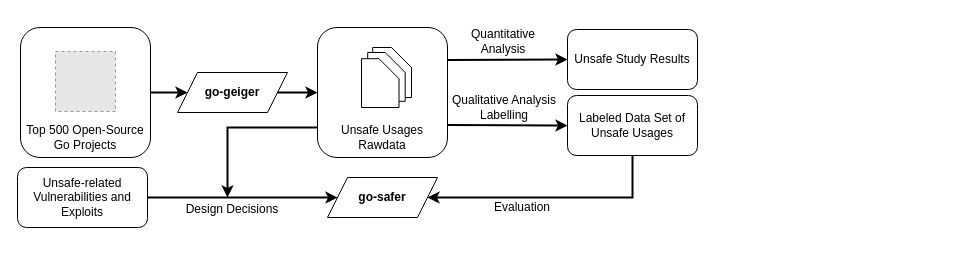
Before: thesis/assets/figures/chapter1/outline1.drawio in jlauinger/master-of-science, a draw.io diagram. Source tidied: cells renumbered, new cells numbered last; positions are measured from the earlier drawing's top-left corner, leaving out a move shared by most shapes. Both pictures are drawn from the tidied source at 100%, with x=0, y=0 at pixel (17, 27). Pictures stored in the file or linked from it are replaced by grey dashed boxes.
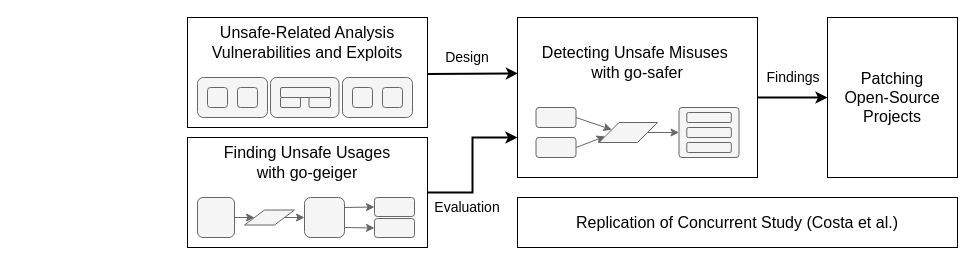
Above is the later version.

What changed in the source:
```diff
@@
-    <mxCell id="2" style="edgeStyle=orthogonalEdgeStyle;rounded=0;jettySize=auto;html=1;exitX=1;exitY=0.5;exitDx=0;exitDy=0;entryX=0;entryY=0.5;entryDx=0;entryDy=0;strokeWidth=2;" parent="1" edge="1" source="3" target="11">
-      <mxGeometry relative="1" as="geometry" />
-    </mxCell>
-    <mxCell id="3" value="&lt;b&gt;go-geiger&lt;/b&gt;" style="shape=parallelogram;perimeter=parallelogramPerimeter;whiteSpace=wrap;html=1;fixedSize=1;" parent="1" vertex="1">
-      <mxGeometry x="160" y="45" width="110" height="40" as="geometry" />
-    </mxCell>
-    <mxCell id="4" value="&lt;b&gt;go-safer&lt;/b&gt;" style="shape=parallelogram;perimeter=parallelogramPerimeter;whiteSpace=wrap;html=1;fixedSize=1;" parent="1" vertex="1">
-      <mxGeometry x="310" y="150" width="110" height="40" as="geometry" />
-    </mxCell>
-    <mxCell id="5" style="edgeStyle=none;rounded=0;jettySize=auto;html=1;exitX=1;exitY=0.5;exitDx=0;exitDy=0;entryX=0;entryY=0.5;entryDx=0;entryDy=0;strokeWidth=2;" parent="1" edge="1" source="6" target="4">
-      <mxGeometry relative="1" as="geometry" />
-    </mxCell>
-    <mxCell id="6" value="Unsafe-related Vulnerabilities and Exploits" style="rounded=1;whiteSpace=wrap;html=1;" parent="1" vertex="1">
-      <mxGeometry y="140" width="130" height="60" as="geometry" />
-    </mxCell>
-    <mxCell id="7" style="edgeStyle=orthogonalEdgeStyle;rounded=0;jettySize=auto;html=1;exitX=0.5;exitY=1;exitDx=0;exitDy=0;entryX=1;entryY=0.5;entryDx=0;entryDy=0;strokeWidth=2;" parent="1" edge="1" source="8" target="4">
-      <mxGeometry relative="1" as="geometry">
-        <Array as="points">
-          <mxPoint x="615" y="170" />
-        </Array>
-      </mxGeometry>
-    </mxCell>
-    <mxCell id="8" value="Labeled Data Set of Unsafe Usages" style="rounded=1;whiteSpace=wrap;html=1;" parent="1" vertex="1">
-      <mxGeometry x="550" y="68" width="130" height="60" as="geometry" />
-    </mxCell>
-    <mxCell id="9" value="Unsafe Study Results" style="rounded=1;whiteSpace=wrap;html=1;" parent="1" vertex="1">
-      <mxGeometry x="550" y="2" width="130" height="60" as="geometry" />
-    </mxCell>
-    <mxCell id="10" style="group;" parent="1" vertex="1">
-      <mxGeometry x="300" width="130" height="130" as="geometry" />
-    </mxCell>
-    <mxCell id="11" style="rounded=1;whiteSpace=wrap;html=1;" parent="10" vertex="1">
-      <mxGeometry width="130" height="130" as="geometry" />
-    </mxCell>
-    <mxCell id="12" value="Unsafe Usages Rawdata" style="text;html=1;strokeColor=none;fillColor=none;align=center;verticalAlign=middle;whiteSpace=wrap;rounded=0;" parent="10" vertex="1">
-      <mxGeometry y="100" width="130" height="20" as="geometry" />
-    </mxCell>
-    <mxCell id="13" style="group;" parent="10" vertex="1">
-      <mxGeometry x="44" y="20" width="50" height="60" as="geometry" />
-    </mxCell>
-    <mxCell id="14" style="shape=card;whiteSpace=wrap;html=1;size=20;flipH=1;" parent="13" vertex="1">
-      <mxGeometry x="11.2" width="38.8" height="50" as="geometry" />
-    </mxCell>
-    <mxCell id="15" style="shape=card;whiteSpace=wrap;html=1;size=20;flipH=1;" parent="13" vertex="1">
-      <mxGeometry x="6.2" y="5" width="37.5" height="48.8" as="geometry" />
-    </mxCell>
-    <mxCell id="16" style="shape=card;whiteSpace=wrap;html=1;size=20;flipH=1;" parent="13" vertex="1">
-      <mxGeometry y="11.2" width="37.5" height="48.8" as="geometry" />
-    </mxCell>
-    <mxCell id="17" style="rounded=0;jettySize=auto;html=1;exitX=1;exitY=0.25;exitDx=0;exitDy=0;entryX=0;entryY=0.5;entryDx=0;entryDy=0;strokeWidth=2;" parent="1" edge="1" source="11" target="9">
-      <mxGeometry relative="1" as="geometry" />
-    </mxCell>
-    <mxCell id="18" style="edgeStyle=none;rounded=0;jettySize=auto;html=1;exitX=1;exitY=0.75;exitDx=0;exitDy=0;entryX=0;entryY=0.5;entryDx=0;entryDy=0;strokeWidth=2;" parent="1" edge="1" source="11" target="8">
-      <mxGeometry relative="1" as="geometry" />
-    </mxCell>
-    <mxCell id="19" value="Quantitative Analysis" style="text;html=1;strokeColor=none;fillColor=none;align=center;verticalAlign=middle;whiteSpace=wrap;rounded=0;" parent="1" vertex="1">
-      <mxGeometry x="466" y="4" width="40" height="20" as="geometry" />
-    </mxCell>
-    <mxCell id="20" value="Qualitative Analysis Labelling" style="text;html=1;strokeColor=none;fillColor=none;align=center;verticalAlign=middle;whiteSpace=wrap;rounded=0;" parent="1" vertex="1">
-      <mxGeometry x="432" y="70" width="110" height="20" as="geometry" />
-    </mxCell>
-    <mxCell id="21" style="edgeStyle=orthogonalEdgeStyle;rounded=0;jettySize=auto;html=1;exitX=0;exitY=0;exitDx=0;exitDy=0;strokeWidth=2;" parent="1" edge="1" source="12">
-      <mxGeometry relative="1" as="geometry">
-        <mxPoint x="210" y="170" as="targetPoint" />
-        <Array as="points">
-          <mxPoint x="210" y="100" />
-        </Array>
-      </mxGeometry>
-    </mxCell>
-    <mxCell id="22" value="Design Decisions" style="text;html=1;strokeColor=none;fillColor=none;align=center;verticalAlign=middle;whiteSpace=wrap;rounded=0;" parent="1" vertex="1">
-      <mxGeometry x="140" y="172" width="150" height="20" as="geometry" />
-    </mxCell>
+    <mxCell id="29" style="rounded=0;whiteSpace=wrap;html=1;" parent="1" vertex="1">
+      <mxGeometry x="170" y="-10" width="240" height="110" as="geometry" />
+    </mxCell>
+    <mxCell id="30" style="edgeStyle=orthogonalEdgeStyle;rounded=0;jettySize=auto;html=1;exitX=1;exitY=0.5;exitDx=0;exitDy=0;entryX=0;entryY=0.75;entryDx=0;entryDy=0;strokeWidth=2;" parent="1" edge="1" source="31" target="33">
+      <mxGeometry relative="1" as="geometry" />
+    </mxCell>
+    <mxCell id="31" style="rounded=0;whiteSpace=wrap;html=1;" parent="1" vertex="1">
+      <mxGeometry x="170" y="110" width="240" height="110" as="geometry" />
+    </mxCell>
+    <mxCell id="32" style="edgeStyle=none;rounded=0;jettySize=auto;html=1;exitX=1;exitY=0.5;exitDx=0;exitDy=0;entryX=0;entryY=0.5;entryDx=0;entryDy=0;strokeWidth=2;" parent="1" edge="1" source="33" target="34">
+      <mxGeometry relative="1" as="geometry" />
+    </mxCell>
+    <mxCell id="33" style="rounded=0;whiteSpace=wrap;html=1;" parent="1" vertex="1">
+      <mxGeometry x="500" y="-10" width="240" height="160" as="geometry" />
+    </mxCell>
+    <mxCell id="34" value="&lt;font style=&quot;font-size: 16px&quot;&gt;Patching &lt;br&gt;Open-Source &lt;br&gt;Projects&lt;/font&gt;" style="rounded=0;whiteSpace=wrap;html=1;" parent="1" vertex="1">
+      <mxGeometry x="810" y="-10" width="130" height="160" as="geometry" />
+    </mxCell>
+    <mxCell id="35" value="&lt;font style=&quot;font-size: 16px&quot;&gt;Replication of Concurrent Study (Costa et al.)&lt;/font&gt;" style="rounded=0;whiteSpace=wrap;html=1;" parent="1" vertex="1">
+      <mxGeometry x="500" y="170" width="440" height="50" as="geometry" />
+    </mxCell>
+    <mxCell id="36" style="group;" parent="1" vertex="1">
+      <mxGeometry x="180" y="50" width="215" height="40" as="geometry" />
+    </mxCell>
+    <mxCell id="37" style="rounded=1;whiteSpace=wrap;html=1;strokeWidth=1;fillColor=#f5f5f5;strokeColor=#666666;fontColor=#333333;" parent="36" vertex="1">
+      <mxGeometry x="73" width="68.5" height="40" as="geometry" />
+    </mxCell>
+    <mxCell id="38" style="rounded=1;whiteSpace=wrap;html=1;fillColor=#f5f5f5;strokeColor=#666666;fontColor=#333333;" parent="36" vertex="1">
+      <mxGeometry x="83" y="10" width="50" height="10" as="geometry" />
+    </mxCell>
+    <mxCell id="39" style="rounded=1;whiteSpace=wrap;html=1;fillColor=#f5f5f5;strokeColor=#666666;fontColor=#333333;" parent="36" vertex="1">
+      <mxGeometry x="111.5" y="20" width="21.5" height="10" as="geometry" />
+    </mxCell>
+    <mxCell id="40" style="rounded=1;whiteSpace=wrap;html=1;fillColor=#f5f5f5;strokeColor=#666666;fontColor=#333333;" parent="36" vertex="1">
+      <mxGeometry x="83" y="20" width="20" height="10" as="geometry" />
+    </mxCell>
+    <mxCell id="41" style="rounded=1;whiteSpace=wrap;html=1;strokeWidth=1;fillColor=#f5f5f5;strokeColor=#666666;fontColor=#333333;" parent="36" vertex="1">
+      <mxGeometry width="70" height="40" as="geometry" />
+    </mxCell>
+    <mxCell id="42" style="rounded=1;whiteSpace=wrap;html=1;fillColor=#f5f5f5;strokeColor=#666666;fontColor=#333333;" parent="36" vertex="1">
+      <mxGeometry x="10" y="10" width="20" height="20" as="geometry" />
+    </mxCell>
+    <mxCell id="43" style="rounded=1;whiteSpace=wrap;html=1;fillColor=#f5f5f5;strokeColor=#666666;fontColor=#333333;" parent="36" vertex="1">
+      <mxGeometry x="40" y="10" width="20" height="20" as="geometry" />
+    </mxCell>
+    <mxCell id="44" style="rounded=1;whiteSpace=wrap;html=1;strokeWidth=1;fillColor=#f5f5f5;strokeColor=#666666;fontColor=#333333;" parent="36" vertex="1">
+      <mxGeometry x="145" width="70" height="40" as="geometry" />
+    </mxCell>
+    <mxCell id="45" style="rounded=1;whiteSpace=wrap;html=1;fillColor=#f5f5f5;strokeColor=#666666;fontColor=#333333;" parent="36" vertex="1">
+      <mxGeometry x="155" y="10" width="20" height="20" as="geometry" />
+    </mxCell>
+    <mxCell id="46" style="rounded=1;whiteSpace=wrap;html=1;fillColor=#f5f5f5;strokeColor=#666666;fontColor=#333333;" parent="36" vertex="1">
+      <mxGeometry x="185" y="10" width="20" height="20" as="geometry" />
+    </mxCell>
+    <mxCell id="47" style="group;" parent="1" vertex="1">
+      <mxGeometry x="180" y="170" width="217" height="40" as="geometry" />
+    </mxCell>
+    <mxCell id="48" style="shape=parallelogram;perimeter=parallelogramPerimeter;whiteSpace=wrap;html=1;fixedSize=1;fillColor=#f5f5f5;strokeColor=#666666;fontColor=#333333;" parent="47" vertex="1">
+      <mxGeometry x="47" y="12.5" width="50" height="15" as="geometry" />
+    </mxCell>
+    <mxCell id="49" style="rounded=1;whiteSpace=wrap;html=1;fillColor=#f5f5f5;strokeColor=#666666;fontColor=#333333;" parent="47" vertex="1">
+      <mxGeometry x="177" y="21" width="40" height="19" as="geometry" />
+    </mxCell>
+    <mxCell id="50" style="rounded=1;whiteSpace=wrap;html=1;fillColor=#f5f5f5;strokeColor=#666666;fontColor=#333333;" parent="47" vertex="1">
+      <mxGeometry x="177" width="40" height="19" as="geometry" />
+    </mxCell>
+    <mxCell id="51" style="rounded=0;jettySize=auto;html=1;exitX=1;exitY=0.25;exitDx=0;exitDy=0;entryX=0;entryY=0.5;entryDx=0;entryDy=0;strokeWidth=1;fillColor=#f5f5f5;strokeColor=#666666;" parent="47" edge="1" source="54" target="50">
+      <mxGeometry relative="1" as="geometry" />
+    </mxCell>
+    <mxCell id="52" style="edgeStyle=none;rounded=0;jettySize=auto;html=1;exitX=1;exitY=0.75;exitDx=0;exitDy=0;entryX=0;entryY=0.5;entryDx=0;entryDy=0;strokeWidth=1;fillColor=#f5f5f5;strokeColor=#666666;" parent="47" edge="1" source="54" target="49">
+      <mxGeometry relative="1" as="geometry" />
+    </mxCell>
+    <mxCell id="53" style="edgeStyle=orthogonalEdgeStyle;rounded=0;jettySize=auto;html=1;exitX=1;exitY=0.5;exitDx=0;exitDy=0;entryX=0;entryY=0.5;entryDx=0;entryDy=0;strokeWidth=1;fillColor=#f5f5f5;strokeColor=#666666;" parent="47" edge="1" source="56" target="48">
+      <mxGeometry relative="1" as="geometry" />
+    </mxCell>
+    <mxCell id="54" style="rounded=1;whiteSpace=wrap;html=1;fillColor=#f5f5f5;strokeColor=#666666;fontColor=#333333;" parent="47" vertex="1">
+      <mxGeometry x="107" width="40" height="40" as="geometry" />
+    </mxCell>
+    <mxCell id="55" style="edgeStyle=orthogonalEdgeStyle;rounded=0;jettySize=auto;html=1;exitX=1;exitY=0.5;exitDx=0;exitDy=0;entryX=0;entryY=0.5;entryDx=0;entryDy=0;strokeWidth=1;fillColor=#f5f5f5;strokeColor=#666666;" parent="47" edge="1" source="48" target="54">
+      <mxGeometry relative="1" as="geometry" />
+    </mxCell>
+    <mxCell id="56" style="rounded=1;whiteSpace=wrap;html=1;fillColor=#f5f5f5;strokeColor=#666666;fontColor=#333333;" parent="47" vertex="1">
+      <mxGeometry width="37" height="40" as="geometry" />
+    </mxCell>
+    <mxCell id="57" style="group;" parent="1" vertex="1">
+      <mxGeometry x="518.5" y="80" width="203" height="50" as="geometry" />
+    </mxCell>
+    <mxCell id="58" style="group;" parent="57" vertex="1">
+      <mxGeometry width="203" height="50" as="geometry" />
+    </mxCell>
+    <mxCell id="59" style="group;" parent="58" vertex="1">
+      <mxGeometry width="203" height="50" as="geometry" />
+    </mxCell>
+    <mxCell id="60" style="group;" parent="59" vertex="1">
+      <mxGeometry width="203" height="50" as="geometry" />
+    </mxCell>
+    <mxCell id="61" style="group;" parent="60" vertex="1">
+      <mxGeometry width="203" height="50" as="geometry" />
+    </mxCell>
+    <mxCell id="62" style="group;" parent="61" vertex="1">
+      <mxGeometry width="203" height="50" as="geometry" />
+    </mxCell>
+    <mxCell id="63" style="shape=parallelogram;perimeter=parallelogramPerimeter;whiteSpace=wrap;html=1;fixedSize=1;fillColor=#f5f5f5;strokeColor=#666666;fontColor=#333333;" parent="62" vertex="1">
+      <mxGeometry x="63" y="15" width="58.5" height="20" as="geometry" />
+    </mxCell>
+    <mxCell id="64" style="rounded=0;jettySize=auto;html=1;exitX=1;exitY=0.5;exitDx=0;exitDy=0;entryX=0;entryY=0.25;entryDx=0;entryDy=0;strokeWidth=1;fillColor=#f5f5f5;strokeColor=#666666;" parent="62" edge="1" source="65" target="63">
+      <mxGeometry relative="1" as="geometry" />
+    </mxCell>
+    <mxCell id="65" style="rounded=1;whiteSpace=wrap;html=1;fillColor=#f5f5f5;strokeColor=#666666;fontColor=#333333;" parent="62" vertex="1">
+      <mxGeometry width="40" height="20" as="geometry" />
+    </mxCell>
+    <mxCell id="66" style="rounded=0;jettySize=auto;html=1;exitX=1;exitY=0.5;exitDx=0;exitDy=0;entryX=0;entryY=0.75;entryDx=0;entryDy=0;strokeWidth=1;fillColor=#f5f5f5;strokeColor=#666666;" parent="62" edge="1" source="67" target="63">
+      <mxGeometry relative="1" as="geometry" />
+    </mxCell>
+    <mxCell id="67" style="rounded=1;whiteSpace=wrap;html=1;fillColor=#f5f5f5;strokeColor=#666666;fontColor=#333333;" parent="62" vertex="1">
+      <mxGeometry y="30" width="40" height="20" as="geometry" />
+    </mxCell>
+    <mxCell id="68" style="rounded=1;whiteSpace=wrap;html=1;imageWidth=2;arcSize=6;fillColor=#f5f5f5;strokeColor=#666666;fontColor=#333333;" parent="62" vertex="1">
+      <mxGeometry x="143" width="60" height="50" as="geometry" />
+    </mxCell>
+    <mxCell id="69" style="edgeStyle=orthogonalEdgeStyle;rounded=0;jettySize=auto;html=1;exitX=1;exitY=0.5;exitDx=0;exitDy=0;entryX=0;entryY=0.5;entryDx=0;entryDy=0;strokeWidth=1;fillColor=#f5f5f5;strokeColor=#666666;" parent="62" edge="1" source="63" target="68">
+      <mxGeometry relative="1" as="geometry" />
+    </mxCell>
+    <mxCell id="70" style="rounded=1;whiteSpace=wrap;html=1;fillColor=#f5f5f5;strokeColor=#666666;fontColor=#333333;" parent="62" vertex="1">
+      <mxGeometry x="150.8" y="35" width="44.5" height="10" as="geometry" />
+    </mxCell>
+    <mxCell id="71" style="rounded=1;whiteSpace=wrap;html=1;fillColor=#f5f5f5;strokeColor=#666666;fontColor=#333333;" parent="62" vertex="1">
+      <mxGeometry x="150.8" y="20" width="44.5" height="10" as="geometry" />
+    </mxCell>
+    <mxCell id="72" style="rounded=1;whiteSpace=wrap;html=1;fillColor=#f5f5f5;strokeColor=#666666;fontColor=#333333;" parent="62" vertex="1">
+      <mxGeometry x="150.8" y="5" width="44.5" height="10" as="geometry" />
+    </mxCell>
+    <mxCell id="73" value="&lt;font style=&quot;font-size: 16px&quot;&gt;Finding Unsafe Usages &lt;br&gt;with go-geiger&lt;/font&gt;" style="text;html=1;strokeColor=none;fillColor=none;align=center;verticalAlign=middle;whiteSpace=wrap;rounded=0;" parent="1" vertex="1">
+      <mxGeometry x="170" y="120" width="240" height="30" as="geometry" />
+    </mxCell>
+    <mxCell id="74" value="&lt;span style=&quot;font-size: 16px&quot;&gt;Unsafe-Related Analysis Vulnerabilities and Exploits&lt;/span&gt;" style="text;html=1;strokeColor=none;fillColor=none;align=center;verticalAlign=middle;whiteSpace=wrap;rounded=0;" parent="1" vertex="1">
+      <mxGeometry x="170" width="240" height="30" as="geometry" />
+    </mxCell>
+    <mxCell id="75" value="&lt;font style=&quot;font-size: 16px&quot;&gt;Detecting Unsafe Misuses&amp;nbsp;&lt;br&gt;with go-safer&lt;/font&gt;" style="text;html=1;strokeColor=none;fillColor=none;align=center;verticalAlign=middle;whiteSpace=wrap;rounded=0;" parent="1" vertex="1">
+      <mxGeometry x="500" y="20" width="240" height="30" as="geometry" />
+    </mxCell>
+    <mxCell id="76" value="&lt;font style=&quot;font-size: 14px&quot;&gt;Design&lt;/font&gt;" style="text;html=1;strokeColor=none;fillColor=none;align=center;verticalAlign=middle;whiteSpace=wrap;rounded=0;" parent="1" vertex="1">
+      <mxGeometry x="430" y="20" width="40" height="20" as="geometry" />
+    </mxCell>
-    <mxCell id="23" value="Evaluation" style="text;html=1;strokeColor=none;fillColor=none;align=center;verticalAlign=middle;whiteSpace=wrap;rounded=0;" parent="1" vertex="1">
-      <mxGeometry x="430" y="170" width="150" height="20" as="geometry" />
+    <mxCell id="23" value="&lt;font style=&quot;font-size: 14px&quot;&gt;Evaluation&lt;/font&gt;" style="text;html=1;strokeColor=none;fillColor=none;align=center;verticalAlign=middle;whiteSpace=wrap;rounded=0;" parent="1" vertex="1">
+      <mxGeometry x="430" y="170" width="40" height="20" as="geometry" />
     </mxCell>
-    <mxCell id="24" style="group;" parent="1" vertex="1">
-      <mxGeometry x="3" width="130" height="130" as="geometry" />
-    </mxCell>
-    <mxCell id="25" style="rounded=1;whiteSpace=wrap;html=1;" parent="24" vertex="1">
-      <mxGeometry width="130" height="130" as="geometry" />
-    </mxCell>
-    <mxCell id="26" value="Top 500 Open-Source&lt;br&gt;Go Projects" style="text;html=1;strokeColor=none;fillColor=none;align=center;verticalAlign=middle;whiteSpace=wrap;rounded=0;" parent="24" vertex="1">
-      <mxGeometry y="100" width="130" height="20" as="geometry" />
-    </mxCell>
-    <mxCell id="27" style="fillColor=#E6E6E6;strokeColor=#999999;dashed=1;verticalLabelPosition=bottom;labelBackgroundColor=#ffffff;verticalAlign=top;" parent="24" vertex="1">
-      <mxGeometry x="35" y="24" width="60" height="60" as="geometry" />
-    </mxCell>
-    <mxCell id="28" style="edgeStyle=orthogonalEdgeStyle;rounded=0;jettySize=auto;html=1;exitX=1;exitY=0.5;exitDx=0;exitDy=0;entryX=0;entryY=0.5;entryDx=0;entryDy=0;strokeWidth=2;" parent="1" edge="1" source="25" target="3">
-      <mxGeometry relative="1" as="geometry" />
-    </mxCell>
+    <mxCell id="77" value="&lt;font style=&quot;font-size: 14px&quot;&gt;Findings&lt;/font&gt;" style="text;html=1;strokeColor=none;fillColor=none;align=center;verticalAlign=middle;whiteSpace=wrap;rounded=0;" parent="1" vertex="1">
+      <mxGeometry x="756" y="40" width="40" height="20" as="geometry" />
+    </mxCell>
+    <mxCell id="78" style="endArrow=classic;html=1;strokeWidth=2;exitX=0.999;exitY=0.514;exitDx=0;exitDy=0;exitPerimeter=0;entryX=0.002;entryY=0.863;entryDx=0;entryDy=0;entryPerimeter=0;" parent="1" edge="1" source="29" target="75">
+      <mxGeometry relative="1" as="geometry" />
+    </mxCell>
```
